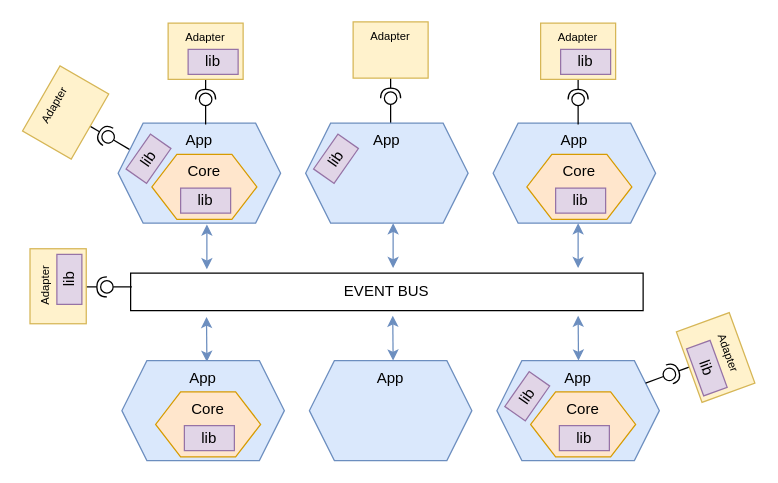
Earlier version of the draw.io diagram page "Architecture" (14 of 17) of 1.drawio (alicemunsal/dohex). Source tidied: cells renumbered, new cells numbered last; positions are measured from the earlier drawing's top-left corner, leaving out a move shared by most shapes. Both pictures are drawn from the tidied source at 125%, with x=0, y=0 at pixel (20, 21).
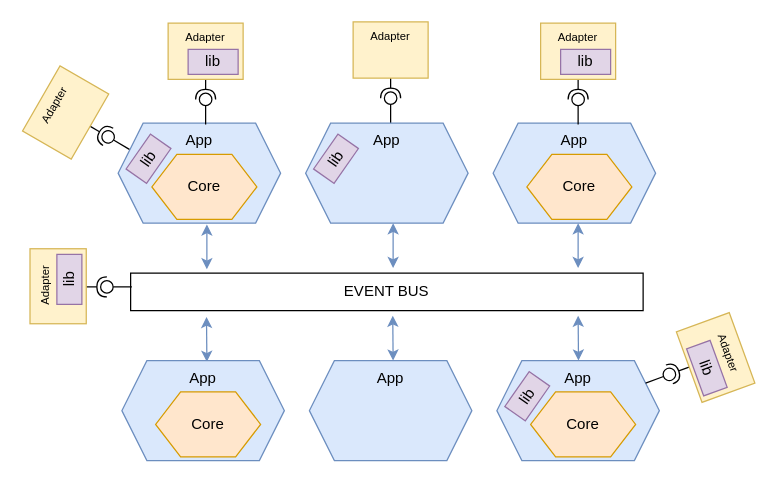
After the change.

The edit, as a diff of the source:
```diff
@@
-    <mxCell id="13" value="Core" style="shape=hexagon;perimeter=hexagonPerimeter2;whiteSpace=wrap;html=1;fixedSize=1;rotation=0;fillColor=#ffe6cc;strokeColor=#d79b00;verticalAlign=top;" parent="1" vertex="1">
+    <mxCell id="13" value="Core" style="shape=hexagon;perimeter=hexagonPerimeter2;whiteSpace=wrap;html=1;fixedSize=1;rotation=0;fillColor=#ffe6cc;strokeColor=#d79b00;verticalAlign=middle;" parent="1" vertex="1">
       <mxGeometry x="105" y="106" width="84" height="52" as="geometry" />
     </mxCell>
@@
-    <mxCell id="15" value="lib" style="rounded=0;whiteSpace=wrap;html=1;fillColor=#e1d5e7;strokeColor=#9673a6;" parent="1" vertex="1">
-      <mxGeometry x="128" y="133" width="40" height="20" as="geometry" />
-    </mxCell>
@@
-    <mxCell id="26" value="Core" style="shape=hexagon;perimeter=hexagonPerimeter2;whiteSpace=wrap;html=1;fixedSize=1;rotation=0;fillColor=#ffe6cc;strokeColor=#d79b00;verticalAlign=top;" parent="1" vertex="1">
+    <mxCell id="26" value="Core" style="shape=hexagon;perimeter=hexagonPerimeter2;whiteSpace=wrap;html=1;fixedSize=1;rotation=0;fillColor=#ffe6cc;strokeColor=#d79b00;verticalAlign=middle;" parent="1" vertex="1">
       <mxGeometry x="405" y="106" width="84" height="52" as="geometry" />
     </mxCell>
-    <mxCell id="27" value="lib" style="rounded=0;whiteSpace=wrap;html=1;fillColor=#e1d5e7;strokeColor=#9673a6;" parent="1" vertex="1">
-      <mxGeometry x="428" y="133" width="40" height="20" as="geometry" />
-    </mxCell>
@@
-    <mxCell id="29" value="Core" style="shape=hexagon;perimeter=hexagonPerimeter2;whiteSpace=wrap;html=1;fixedSize=1;rotation=0;fillColor=#ffe6cc;strokeColor=#d79b00;verticalAlign=top;" parent="1" vertex="1">
+    <mxCell id="29" value="Core" style="shape=hexagon;perimeter=hexagonPerimeter2;whiteSpace=wrap;html=1;fixedSize=1;rotation=0;fillColor=#ffe6cc;strokeColor=#d79b00;verticalAlign=middle;" parent="1" vertex="1">
       <mxGeometry x="108" y="296" width="84" height="52" as="geometry" />
     </mxCell>
-    <mxCell id="30" value="lib" style="rounded=0;whiteSpace=wrap;html=1;fillColor=#e1d5e7;strokeColor=#9673a6;" parent="1" vertex="1">
-      <mxGeometry x="131" y="323" width="40" height="20" as="geometry" />
-    </mxCell>
@@
-    <mxCell id="33" value="Core" style="shape=hexagon;perimeter=hexagonPerimeter2;whiteSpace=wrap;html=1;fixedSize=1;rotation=0;fillColor=#ffe6cc;strokeColor=#d79b00;verticalAlign=top;" parent="1" vertex="1">
+    <mxCell id="33" value="Core" style="shape=hexagon;perimeter=hexagonPerimeter2;whiteSpace=wrap;html=1;fixedSize=1;rotation=0;fillColor=#ffe6cc;strokeColor=#d79b00;verticalAlign=middle;" parent="1" vertex="1">
       <mxGeometry x="408" y="296" width="84" height="52" as="geometry" />
     </mxCell>
@@
-    <mxCell id="35" value="lib" style="rounded=0;whiteSpace=wrap;html=1;fillColor=#e1d5e7;strokeColor=#9673a6;" parent="1" vertex="1">
-      <mxGeometry x="431" y="323" width="40" height="20" as="geometry" />
-    </mxCell>
```
